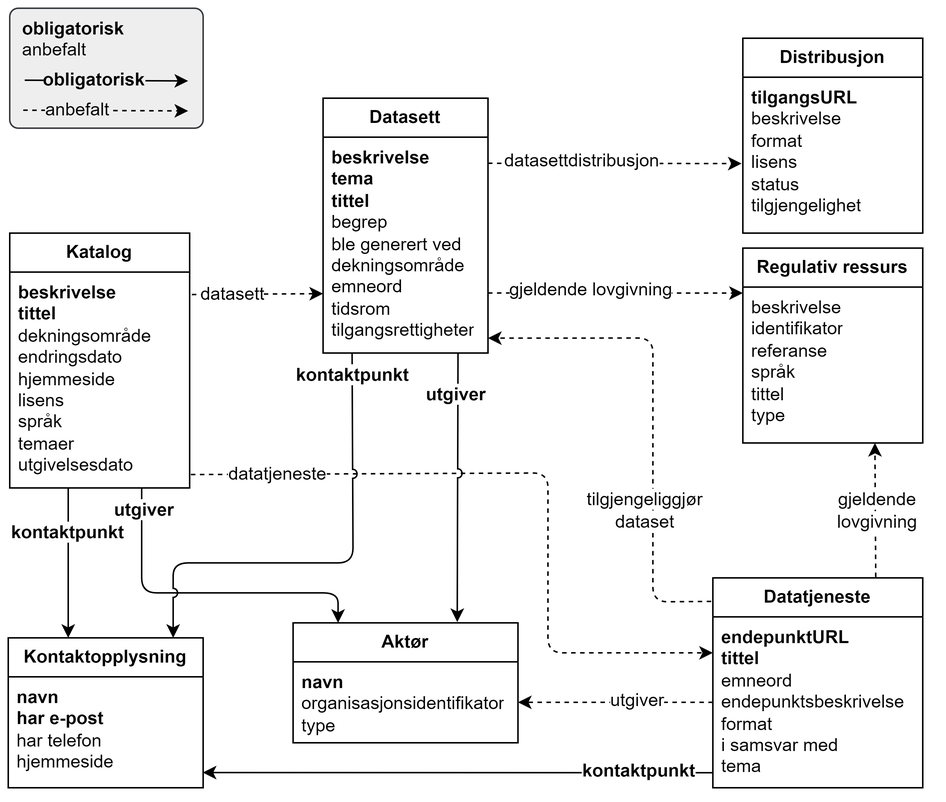
The draw.io diagram docs/images/DCAT-AP-NO-forenklet-fremstilling.png in Informasjonsforvaltning/dcat-ap-no, before a commit. Source tidied: cells renumbered, new cells last; positions are measured from the earlier drawing's top-left corner, leaving out a move shared by most shapes.
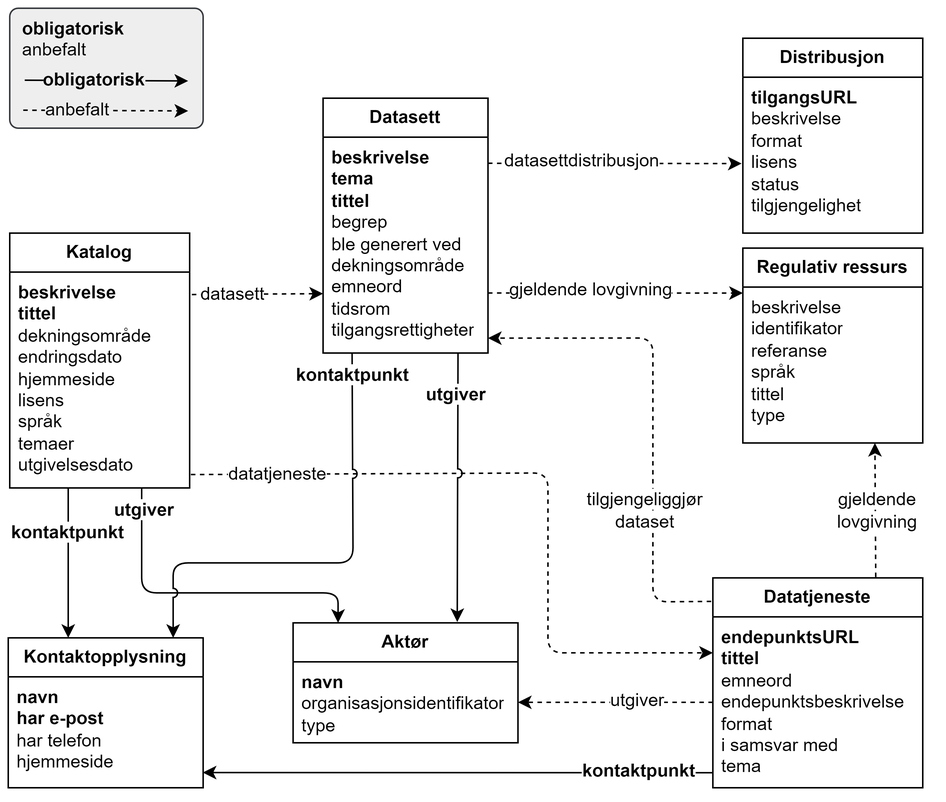
After the change.

Commit message:
Oppdaterer tegning Forenklet fremstilling

Change to the diagram source:
```diff
@@ -51,7 +51,7 @@
     <mxCell id="14" value="&lt;b&gt;Datatjeneste&lt;/b&gt;" style="swimlane;fontStyle=0;horizontal=1;startSize=26;fillColor=none;whiteSpace=wrap;html=1;" parent="1" vertex="1">
       <mxGeometry x="470" y="380" width="140" height="140" as="geometry" />
     </mxCell>
-    <mxCell id="15" value="&lt;div style=&quot;&quot;&gt;&lt;span style=&quot;background-color: rgb(255, 255, 255);&quot;&gt;&lt;b&gt;endepunktURL&lt;/b&gt;&lt;/span&gt;&lt;/div&gt;&lt;div style=&quot;&quot;&gt;&lt;span style=&quot;background-color: rgb(255, 255, 255);&quot;&gt;&lt;b&gt;tittel&lt;/b&gt;&lt;/span&gt;&lt;/div&gt;&lt;div style=&quot;&quot;&gt;&lt;span style=&quot;background-color: rgb(255, 255, 255);&quot;&gt;emneord&lt;/span&gt;&lt;br&gt;&lt;/div&gt;&lt;div style=&quot;&quot;&gt;&lt;span style=&quot;background-color: rgb(255, 255, 255);&quot;&gt;endepunktsbeskrivelse&lt;/span&gt;&lt;/div&gt;&lt;div style=&quot;&quot;&gt;&lt;span style=&quot;background-color: rgb(255, 255, 255);&quot;&gt;format&lt;/span&gt;&lt;/div&gt;&lt;div style=&quot;&quot;&gt;&lt;span style=&quot;background-color: rgb(255, 255, 255);&quot;&gt;i samsvar med&lt;/span&gt;&lt;/div&gt;&lt;div style=&quot;&quot;&gt;&lt;span style=&quot;background-color: rgb(255, 255, 255);&quot;&gt;tema&lt;/span&gt;&lt;/div&gt;" style="text;strokeColor=none;fillColor=none;align=left;verticalAlign=top;spacingLeft=4;spacingRight=4;overflow=hidden;points=[[0,0.5],[1,0.5]];portConstraint=eastwest;whiteSpace=wrap;html=1;" parent="14" vertex="1">
+    <mxCell id="15" value="&lt;div style=&quot;&quot;&gt;&lt;span style=&quot;background-color: rgb(255, 255, 255);&quot;&gt;&lt;b&gt;endepunktsURL&lt;/b&gt;&lt;/span&gt;&lt;/div&gt;&lt;div style=&quot;&quot;&gt;&lt;span style=&quot;background-color: rgb(255, 255, 255);&quot;&gt;&lt;b&gt;tittel&lt;/b&gt;&lt;/span&gt;&lt;/div&gt;&lt;div style=&quot;&quot;&gt;&lt;span style=&quot;background-color: rgb(255, 255, 255);&quot;&gt;emneord&lt;/span&gt;&lt;br&gt;&lt;/div&gt;&lt;div style=&quot;&quot;&gt;&lt;span style=&quot;background-color: rgb(255, 255, 255);&quot;&gt;endepunktsbeskrivelse&lt;/span&gt;&lt;/div&gt;&lt;div style=&quot;&quot;&gt;&lt;span style=&quot;background-color: rgb(255, 255, 255);&quot;&gt;format&lt;/span&gt;&lt;/div&gt;&lt;div style=&quot;&quot;&gt;&lt;span style=&quot;background-color: rgb(255, 255, 255);&quot;&gt;i samsvar med&lt;/span&gt;&lt;/div&gt;&lt;div style=&quot;&quot;&gt;&lt;span style=&quot;background-color: rgb(255, 255, 255);&quot;&gt;tema&lt;/span&gt;&lt;/div&gt;" style="text;strokeColor=none;fillColor=none;align=left;verticalAlign=top;spacingLeft=4;spacingRight=4;overflow=hidden;points=[[0,0.5],[1,0.5]];portConstraint=eastwest;whiteSpace=wrap;html=1;" parent="14" vertex="1">
       <mxGeometry y="26" width="140" height="114" as="geometry" />
     </mxCell>
     <mxCell id="16" style="endArrow=classic;html=1;rounded=0;exitX=1.012;exitY=0.104;exitDx=0;exitDy=0;exitPerimeter=0;entryX=0;entryY=0.725;entryDx=0;entryDy=0;entryPerimeter=0;dashed=1;" parent="1" edge="1" source="3" target="13">
```
